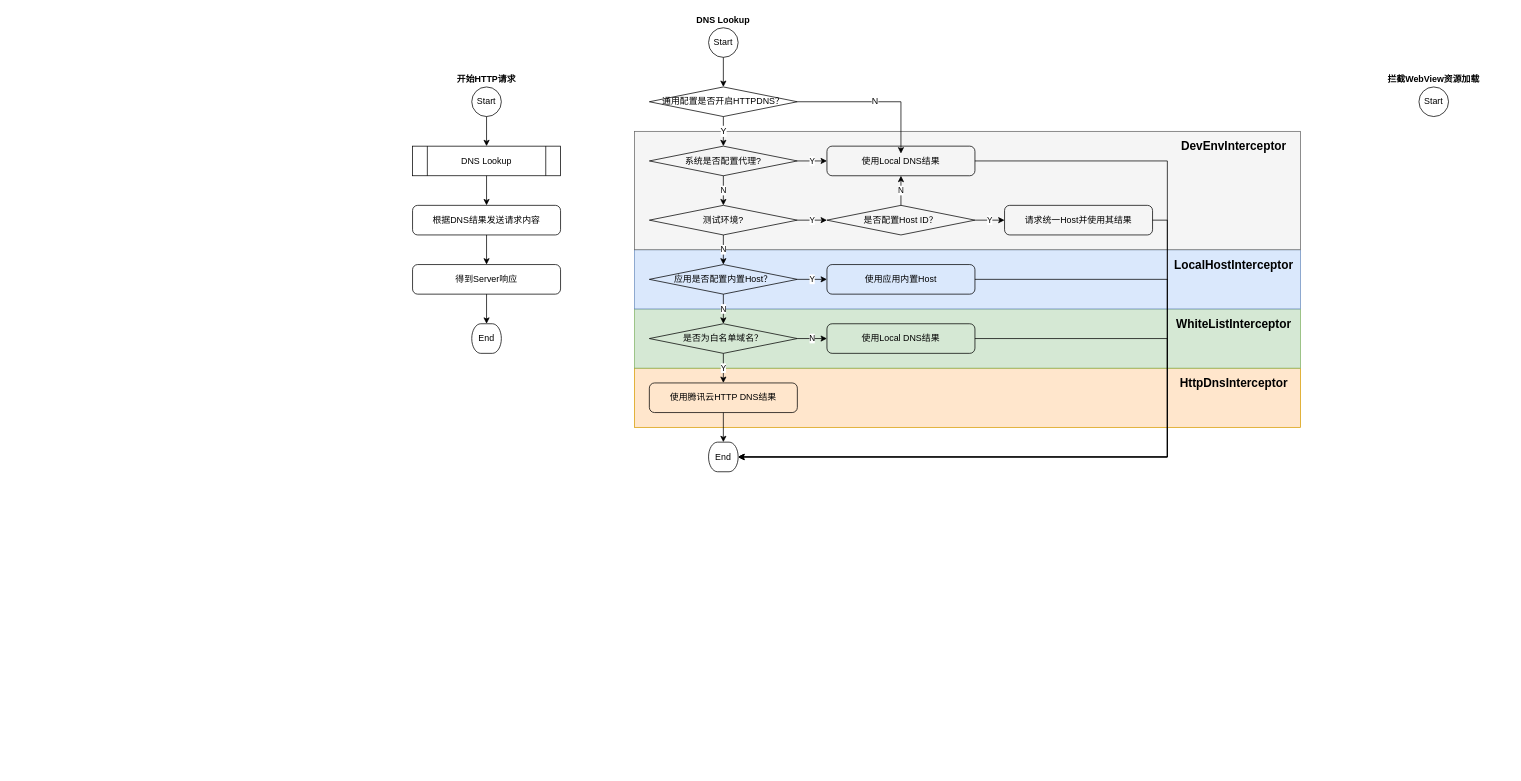
The draw.io diagram HTTPDNS.drawio in Cmdone/Draw.io, before the edit. Source tidied: cells renumbered, new cells numbered last; positions are measured from the earlier drawing's top-left corner, leaving out a move shared by most shapes. Both pictures are drawn from the tidied source at 74%, with x=0, y=0 at pixel (412, 13).
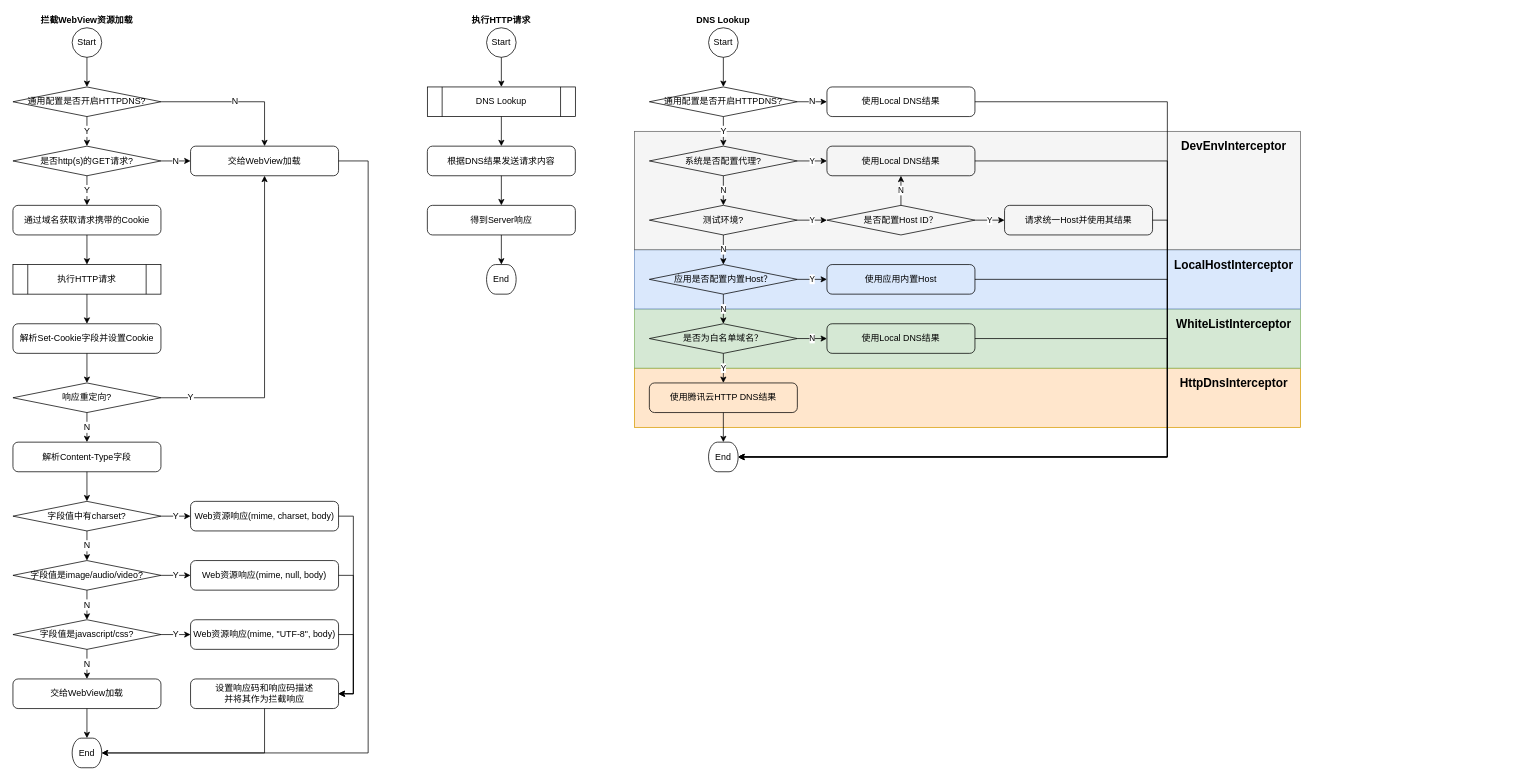
Above is the later version.

Unchanged cells that the change refers to:
```xml
<mxCell id="29" value="使用Local DNS结果" style="rounded=1;whiteSpace=wrap;html=1;absoluteArcSize=1;arcSize=14;strokeWidth=1;fillColor=none;" parent="1" vertex="1">
  <mxGeometry x="560" y="180" width="200" height="40" as="geometry" />
</mxCell>
<mxCell id="44" value="End" style="strokeWidth=1;html=1;shape=mxgraph.flowchart.terminator;whiteSpace=wrap;fillColor=none;" parent="1" vertex="1">
  <mxGeometry x="400" y="580" width="40" height="40" as="geometry" />
</mxCell>
```

What changed in the source:
```diff
@@
     <mxCell id="8" value="DNS Lookup" style="shape=process;whiteSpace=wrap;html=1;backgroundOutline=1;strokeWidth=1;fillColor=none;" parent="1" vertex="1">
-      <mxGeometry y="180" width="200" height="40" as="geometry" />
+      <mxGeometry x="20" y="100" width="200" height="40" as="geometry" />
     </mxCell>
@@
     <mxCell id="10" value="根据DNS结果发送请求内容" style="rounded=1;whiteSpace=wrap;html=1;absoluteArcSize=1;arcSize=14;strokeWidth=1;fillColor=none;" parent="1" vertex="1">
-      <mxGeometry y="260" width="200" height="40" as="geometry" />
+      <mxGeometry x="20" y="180" width="200" height="40" as="geometry" />
     </mxCell>
     <mxCell id="11" value="Start" style="strokeWidth=1;html=1;shape=mxgraph.flowchart.start_2;whiteSpace=wrap;fillColor=none;" parent="1" vertex="1">
-      <mxGeometry x="80" y="100" width="40" height="40" as="geometry" />
+      <mxGeometry x="100" y="20" width="40" height="40" as="geometry" />
     </mxCell>
-    <mxCell id="12" value="开始HTTP请求" style="text;html=1;strokeColor=none;fillColor=none;align=center;verticalAlign=middle;whiteSpace=wrap;rounded=0;fontStyle=1;" parent="1" vertex="1">
-      <mxGeometry y="80" width="200" height="20" as="geometry" />
+    <mxCell id="12" value="执行HTTP请求" style="text;html=1;strokeColor=none;fillColor=none;align=center;verticalAlign=middle;whiteSpace=wrap;rounded=0;fontStyle=1;" parent="1" vertex="1">
+      <mxGeometry x="20" width="200" height="20" as="geometry" />
     </mxCell>
@@
     <mxCell id="14" value="得到Server响应" style="rounded=1;whiteSpace=wrap;html=1;absoluteArcSize=1;arcSize=14;strokeWidth=1;fillColor=none;" parent="1" vertex="1">
-      <mxGeometry y="340" width="200" height="40" as="geometry" />
+      <mxGeometry x="20" y="260" width="200" height="40" as="geometry" />
     </mxCell>
     <mxCell id="15" value="End" style="strokeWidth=1;html=1;shape=mxgraph.flowchart.terminator;whiteSpace=wrap;fillColor=none;" parent="1" vertex="1">
-      <mxGeometry x="80" y="420" width="40" height="40" as="geometry" />
+      <mxGeometry x="100" y="340" width="40" height="40" as="geometry" />
     </mxCell>
@@
+    <mxCell id="54" style="edgeStyle=orthogonalEdgeStyle;rounded=0;jettySize=auto;html=1;exitX=0.5;exitY=1;exitDx=0;exitDy=0;exitPerimeter=0;entryX=0.5;entryY=0;entryDx=0;entryDy=0;entryPerimeter=0;labelBackgroundColor=#ffffff;fontSize=12;" parent="1" edge="1" source="49" target="59">
+      <mxGeometry relative="1" as="geometry" />
+    </mxCell>
     <mxCell id="49" value="Start" style="strokeWidth=1;html=1;shape=mxgraph.flowchart.start_2;whiteSpace=wrap;fillColor=none;" parent="1" vertex="1">
-      <mxGeometry x="1360" y="100" width="40" height="40" as="geometry" />
+      <mxGeometry x="-460" y="20" width="40" height="40" as="geometry" />
     </mxCell>
     <mxCell id="50" value="拦截WebView资源加载" style="text;html=1;strokeColor=none;fillColor=none;align=center;verticalAlign=middle;whiteSpace=wrap;rounded=0;fontStyle=1;" parent="1" vertex="1">
-      <mxGeometry x="1280" y="80" width="200" height="20" as="geometry" />
+      <mxGeometry x="-540" width="200" height="20" as="geometry" />
     </mxCell>
@@
-    <mxCell id="52" value="N" style="edgeStyle=orthogonalEdgeStyle;rounded=0;jettySize=auto;html=1;exitX=1;exitY=0.5;exitDx=0;exitDy=0;exitPerimeter=0;entryX=0.5;entryY=0.25;entryDx=0;entryDy=0;entryPerimeter=0;labelBackgroundColor=#ffffff;fontSize=12;" parent="1" edge="1" source="53" target="29">
+    <mxCell id="52" value="N" style="edgeStyle=orthogonalEdgeStyle;rounded=0;jettySize=auto;html=1;exitX=1;exitY=0.5;exitDx=0;exitDy=0;exitPerimeter=0;labelBackgroundColor=#ffffff;fontSize=12;" parent="1" edge="1" source="53" target="56">
       <mxGeometry relative="1" as="geometry" />
     </mxCell>
-    <mxCell id="53" value="通用配置是否开启HTTPDNS？" style="strokeWidth=1;html=1;shape=mxgraph.flowchart.decision;whiteSpace=wrap;fillColor=none;" parent="1" vertex="1">
+    <mxCell id="53" value="通用配置是否开启HTTPDNS?" style="strokeWidth=1;html=1;shape=mxgraph.flowchart.decision;whiteSpace=wrap;fillColor=none;" parent="1" vertex="1">
       <mxGeometry x="320" y="100" width="200" height="40" as="geometry" />
     </mxCell>
+    <mxCell id="55" style="edgeStyle=orthogonalEdgeStyle;rounded=0;jettySize=auto;html=1;exitX=1;exitY=0.5;exitDx=0;exitDy=0;labelBackgroundColor=#ffffff;fontSize=12;" parent="1" edge="1" source="56" target="44">
+      <mxGeometry relative="1" as="geometry">
+        <Array as="points">
+          <mxPoint x="1020" y="120" />
+          <mxPoint x="1020" y="600" />
+        </Array>
+      </mxGeometry>
+    </mxCell>
+    <mxCell id="56" value="使用Local DNS结果" style="rounded=1;whiteSpace=wrap;html=1;absoluteArcSize=1;arcSize=14;strokeWidth=1;fillColor=none;" parent="1" vertex="1">
+      <mxGeometry x="560" y="100" width="200" height="40" as="geometry" />
+    </mxCell>
+    <mxCell id="57" value="N" style="edgeStyle=orthogonalEdgeStyle;rounded=0;jettySize=auto;html=1;exitX=1;exitY=0.5;exitDx=0;exitDy=0;exitPerimeter=0;labelBackgroundColor=#ffffff;fontSize=12;" parent="1" edge="1" source="59" target="61">
+      <mxGeometry relative="1" as="geometry" />
+    </mxCell>
+    <mxCell id="58" value="Y" style="edgeStyle=orthogonalEdgeStyle;rounded=0;jettySize=auto;html=1;exitX=0.5;exitY=1;exitDx=0;exitDy=0;exitPerimeter=0;entryX=0.5;entryY=0;entryDx=0;entryDy=0;entryPerimeter=0;labelBackgroundColor=#ffffff;fontSize=12;" parent="1" edge="1" source="59" target="64">
+      <mxGeometry relative="1" as="geometry" />
+    </mxCell>
+    <mxCell id="59" value="通用配置是否开启HTTPDNS?" style="strokeWidth=1;html=1;shape=mxgraph.flowchart.decision;whiteSpace=wrap;fillColor=none;" parent="1" vertex="1">
+      <mxGeometry x="-540" y="100" width="200" height="40" as="geometry" />
+    </mxCell>
+    <mxCell id="60" style="edgeStyle=orthogonalEdgeStyle;rounded=0;jettySize=auto;html=1;exitX=1;exitY=0.5;exitDx=0;exitDy=0;labelBackgroundColor=#ffffff;fontSize=12;" parent="1" edge="1" source="61" target="95">
+      <mxGeometry relative="1" as="geometry">
+        <Array as="points">
+          <mxPoint x="-60" y="200" />
+          <mxPoint x="-60" y="1000" />
+        </Array>
+      </mxGeometry>
+    </mxCell>
+    <mxCell id="61" value="交给WebView加载" style="rounded=1;whiteSpace=wrap;html=1;absoluteArcSize=1;arcSize=14;strokeWidth=1;fillColor=none;" parent="1" vertex="1">
+      <mxGeometry x="-300" y="180" width="200" height="40" as="geometry" />
+    </mxCell>
+    <mxCell id="62" value="N" style="edgeStyle=orthogonalEdgeStyle;rounded=0;jettySize=auto;html=1;exitX=1;exitY=0.5;exitDx=0;exitDy=0;exitPerimeter=0;labelBackgroundColor=#ffffff;fontSize=12;" parent="1" edge="1" source="64" target="61">
+      <mxGeometry relative="1" as="geometry" />
+    </mxCell>
+    <mxCell id="63" value="Y" style="edgeStyle=orthogonalEdgeStyle;rounded=0;jettySize=auto;html=1;exitX=0.5;exitY=1;exitDx=0;exitDy=0;exitPerimeter=0;labelBackgroundColor=#ffffff;fontSize=12;" parent="1" edge="1" source="64" target="66">
+      <mxGeometry relative="1" as="geometry" />
+    </mxCell>
+    <mxCell id="64" value="是否http(s)的GET请求?" style="strokeWidth=1;html=1;shape=mxgraph.flowchart.decision;whiteSpace=wrap;fillColor=none;" parent="1" vertex="1">
+      <mxGeometry x="-540" y="180" width="200" height="40" as="geometry" />
+    </mxCell>
+    <mxCell id="65" style="edgeStyle=orthogonalEdgeStyle;rounded=0;jettySize=auto;html=1;exitX=0.5;exitY=1;exitDx=0;exitDy=0;entryX=0.5;entryY=0;entryDx=0;entryDy=0;labelBackgroundColor=#ffffff;fontSize=12;" parent="1" edge="1" source="66" target="68">
+      <mxGeometry relative="1" as="geometry" />
+    </mxCell>
+    <mxCell id="66" value="通过域名获取请求携带的Cookie" style="rounded=1;whiteSpace=wrap;html=1;absoluteArcSize=1;arcSize=14;strokeWidth=1;fillColor=none;" parent="1" vertex="1">
+      <mxGeometry x="-540" y="260" width="200" height="40" as="geometry" />
+    </mxCell>
+    <mxCell id="67" style="edgeStyle=orthogonalEdgeStyle;rounded=0;jettySize=auto;html=1;exitX=0.5;exitY=1;exitDx=0;exitDy=0;entryX=0.5;entryY=0;entryDx=0;entryDy=0;labelBackgroundColor=#ffffff;fontSize=12;" parent="1" edge="1" source="68" target="70">
+      <mxGeometry relative="1" as="geometry" />
+    </mxCell>
+    <mxCell id="68" value="执行HTTP请求" style="shape=process;whiteSpace=wrap;html=1;backgroundOutline=1;fontSize=12;strokeWidth=1;fillColor=none;" parent="1" vertex="1">
+      <mxGeometry x="-540" y="340" width="200" height="40" as="geometry" />
+    </mxCell>
+    <mxCell id="69" style="edgeStyle=orthogonalEdgeStyle;rounded=0;jettySize=auto;html=1;exitX=0.5;exitY=1;exitDx=0;exitDy=0;entryX=0.5;entryY=0;entryDx=0;entryDy=0;entryPerimeter=0;labelBackgroundColor=#ffffff;fontSize=12;" parent="1" edge="1" source="70" target="73">
+      <mxGeometry relative="1" as="geometry" />
+    </mxCell>
+    <mxCell id="70" value="解析Set-Cookie字段并设置Cookie" style="rounded=1;whiteSpace=wrap;html=1;absoluteArcSize=1;arcSize=14;strokeWidth=1;fillColor=none;" parent="1" vertex="1">
+      <mxGeometry x="-540" y="420" width="200" height="40" as="geometry" />
+    </mxCell>
+    <mxCell id="71" value="Y" style="edgeStyle=orthogonalEdgeStyle;rounded=0;jettySize=auto;html=1;exitX=1;exitY=0.5;exitDx=0;exitDy=0;exitPerimeter=0;labelBackgroundColor=#ffffff;fontSize=12;" parent="1" edge="1" source="73" target="61">
+      <mxGeometry x="-0.82" relative="1" as="geometry" />
+    </mxCell>
+    <mxCell id="72" value="N" style="edgeStyle=orthogonalEdgeStyle;rounded=0;jettySize=auto;html=1;exitX=0.5;exitY=1;exitDx=0;exitDy=0;exitPerimeter=0;labelBackgroundColor=#ffffff;fontSize=12;" parent="1" edge="1" source="73" target="83">
+      <mxGeometry relative="1" as="geometry" />
+    </mxCell>
+    <mxCell id="73" value="响应重定向?" style="strokeWidth=1;html=1;shape=mxgraph.flowchart.decision;whiteSpace=wrap;fillColor=none;" parent="1" vertex="1">
+      <mxGeometry x="-540" y="500" width="200" height="40" as="geometry" />
+    </mxCell>
+    <mxCell id="74" value="Y" style="edgeStyle=orthogonalEdgeStyle;rounded=0;jettySize=auto;html=1;exitX=1;exitY=0.5;exitDx=0;exitDy=0;exitPerimeter=0;labelBackgroundColor=#ffffff;fontSize=12;" parent="1" edge="1" source="76" target="78">
+      <mxGeometry relative="1" as="geometry" />
+    </mxCell>
+    <mxCell id="75" value="N" style="edgeStyle=orthogonalEdgeStyle;rounded=0;jettySize=auto;html=1;exitX=0.5;exitY=1;exitDx=0;exitDy=0;exitPerimeter=0;entryX=0.5;entryY=0;entryDx=0;entryDy=0;entryPerimeter=0;labelBackgroundColor=#ffffff;fontSize=12;" parent="1" edge="1" source="76" target="81">
+      <mxGeometry relative="1" as="geometry" />
+    </mxCell>
+    <mxCell id="76" value="字段值中有charset?" style="strokeWidth=1;html=1;shape=mxgraph.flowchart.decision;whiteSpace=wrap;fillColor=none;" parent="1" vertex="1">
+      <mxGeometry x="-540" y="660" width="200" height="40" as="geometry" />
+    </mxCell>
+    <mxCell id="77" style="edgeStyle=orthogonalEdgeStyle;rounded=0;jettySize=auto;html=1;exitX=1;exitY=0.5;exitDx=0;exitDy=0;entryX=1;entryY=0.5;entryDx=0;entryDy=0;labelBackgroundColor=#ffffff;fontSize=12;" parent="1" edge="1" source="78" target="94">
+      <mxGeometry relative="1" as="geometry" />
+    </mxCell>
+    <mxCell id="78" value="Web资源响应(mime, charset, body)" style="rounded=1;whiteSpace=wrap;html=1;absoluteArcSize=1;arcSize=14;strokeWidth=1;fillColor=none;" parent="1" vertex="1">
+      <mxGeometry x="-300" y="660" width="200" height="40" as="geometry" />
+    </mxCell>
+    <mxCell id="79" value="Y" style="edgeStyle=orthogonalEdgeStyle;rounded=0;jettySize=auto;html=1;exitX=1;exitY=0.5;exitDx=0;exitDy=0;exitPerimeter=0;labelBackgroundColor=#ffffff;fontSize=12;" parent="1" edge="1" source="81" target="85">
+      <mxGeometry relative="1" as="geometry" />
+    </mxCell>
+    <mxCell id="80" value="N" style="edgeStyle=orthogonalEdgeStyle;rounded=0;jettySize=auto;html=1;exitX=0.5;exitY=1;exitDx=0;exitDy=0;exitPerimeter=0;entryX=0.5;entryY=0;entryDx=0;entryDy=0;entryPerimeter=0;labelBackgroundColor=#ffffff;fontSize=12;" parent="1" edge="1" source="81" target="88">
+      <mxGeometry relative="1" as="geometry" />
+    </mxCell>
+    <mxCell id="81" value="字段值是image/audio/video?" style="strokeWidth=1;html=1;shape=mxgraph.flowchart.decision;whiteSpace=wrap;fillColor=none;" parent="1" vertex="1">
+      <mxGeometry x="-540" y="740" width="200" height="40" as="geometry" />
+    </mxCell>
+    <mxCell id="82" style="edgeStyle=orthogonalEdgeStyle;rounded=0;jettySize=auto;html=1;exitX=0.5;exitY=1;exitDx=0;exitDy=0;labelBackgroundColor=#ffffff;fontSize=12;" parent="1" edge="1" source="83" target="76">
+      <mxGeometry relative="1" as="geometry" />
+    </mxCell>
+    <mxCell id="83" value="解析Content-Type字段" style="rounded=1;whiteSpace=wrap;html=1;absoluteArcSize=1;arcSize=14;strokeWidth=1;fillColor=none;" parent="1" vertex="1">
+      <mxGeometry x="-540" y="580" width="200" height="40" as="geometry" />
+    </mxCell>
+    <mxCell id="84" style="edgeStyle=orthogonalEdgeStyle;rounded=0;jettySize=auto;html=1;exitX=1;exitY=0.5;exitDx=0;exitDy=0;entryX=1;entryY=0.5;entryDx=0;entryDy=0;labelBackgroundColor=#ffffff;fontSize=12;" parent="1" edge="1" source="85" target="94">
+      <mxGeometry relative="1" as="geometry" />
+    </mxCell>
+    <mxCell id="85" value="Web资源响应(mime, null, body)" style="rounded=1;whiteSpace=wrap;html=1;absoluteArcSize=1;arcSize=14;strokeWidth=1;fillColor=none;" parent="1" vertex="1">
+      <mxGeometry x="-300" y="740" width="200" height="40" as="geometry" />
+    </mxCell>
+    <mxCell id="86" value="Y" style="edgeStyle=orthogonalEdgeStyle;rounded=0;jettySize=auto;html=1;exitX=1;exitY=0.5;exitDx=0;exitDy=0;exitPerimeter=0;labelBackgroundColor=#ffffff;fontSize=12;" parent="1" edge="1" source="88" target="90">
+      <mxGeometry relative="1" as="geometry" />
+    </mxCell>
+    <mxCell id="87" value="N" style="edgeStyle=orthogonalEdgeStyle;rounded=0;jettySize=auto;html=1;exitX=0.5;exitY=1;exitDx=0;exitDy=0;exitPerimeter=0;entryX=0.5;entryY=0;entryDx=0;entryDy=0;labelBackgroundColor=#ffffff;fontSize=12;" parent="1" edge="1" source="88" target="92">
+      <mxGeometry relative="1" as="geometry" />
+    </mxCell>
+    <mxCell id="88" value="字段值是javascript/css?" style="strokeWidth=1;html=1;shape=mxgraph.flowchart.decision;whiteSpace=wrap;fillColor=none;" parent="1" vertex="1">
+      <mxGeometry x="-540" y="820" width="200" height="40" as="geometry" />
+    </mxCell>
+    <mxCell id="89" style="edgeStyle=orthogonalEdgeStyle;rounded=0;jettySize=auto;html=1;exitX=1;exitY=0.5;exitDx=0;exitDy=0;entryX=1;entryY=0.5;entryDx=0;entryDy=0;labelBackgroundColor=#ffffff;fontSize=12;" parent="1" edge="1" source="90" target="94">
+      <mxGeometry relative="1" as="geometry" />
+    </mxCell>
+    <mxCell id="90" value="Web资源响应(mime, &quot;UTF-8&quot;, body)" style="rounded=1;whiteSpace=wrap;html=1;absoluteArcSize=1;arcSize=14;strokeWidth=1;fillColor=none;" parent="1" vertex="1">
+      <mxGeometry x="-300" y="820" width="200" height="40" as="geometry" />
+    </mxCell>
+    <mxCell id="91" style="edgeStyle=orthogonalEdgeStyle;rounded=0;jettySize=auto;html=1;exitX=0.5;exitY=1;exitDx=0;exitDy=0;labelBackgroundColor=#ffffff;fontSize=12;" parent="1" edge="1" source="92" target="95">
+      <mxGeometry relative="1" as="geometry" />
+    </mxCell>
+    <mxCell id="92" value="交给WebView加载" style="rounded=1;whiteSpace=wrap;html=1;absoluteArcSize=1;arcSize=14;strokeWidth=1;fillColor=none;" parent="1" vertex="1">
+      <mxGeometry x="-540" y="900" width="200" height="40" as="geometry" />
+    </mxCell>
+    <mxCell id="93" style="edgeStyle=orthogonalEdgeStyle;rounded=0;jettySize=auto;html=1;exitX=0.5;exitY=1;exitDx=0;exitDy=0;entryX=1;entryY=0.5;entryDx=0;entryDy=0;entryPerimeter=0;labelBackgroundColor=#ffffff;fontSize=12;" parent="1" edge="1" source="94" target="95">
+      <mxGeometry relative="1" as="geometry" />
+    </mxCell>
+    <mxCell id="94" value="设置响应码和响应码描述&lt;br&gt;并将其作为拦截响应" style="rounded=1;whiteSpace=wrap;html=1;absoluteArcSize=1;arcSize=14;strokeWidth=1;fillColor=none;" parent="1" vertex="1">
+      <mxGeometry x="-300" y="900" width="200" height="40" as="geometry" />
+    </mxCell>
+    <mxCell id="95" value="End" style="strokeWidth=1;html=1;shape=mxgraph.flowchart.terminator;whiteSpace=wrap;fillColor=none;" parent="1" vertex="1">
+      <mxGeometry x="-460" y="980" width="40" height="40" as="geometry" />
+    </mxCell>
```
